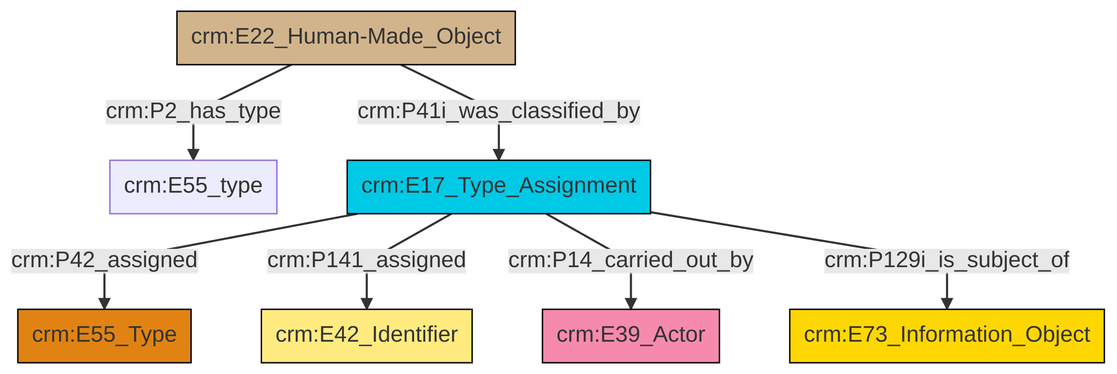
swiss-art-research-net/reference-data-models keeps this Mermaid diagram as et/builtWorkCSV/ttl/mmd/png/Built_Work_designation_status.png. Above is the earlier version. Its source is kept beside it as et/builtWorkCSV/ttl/mmd/Built_Work_designation_status.ttl.mmd.
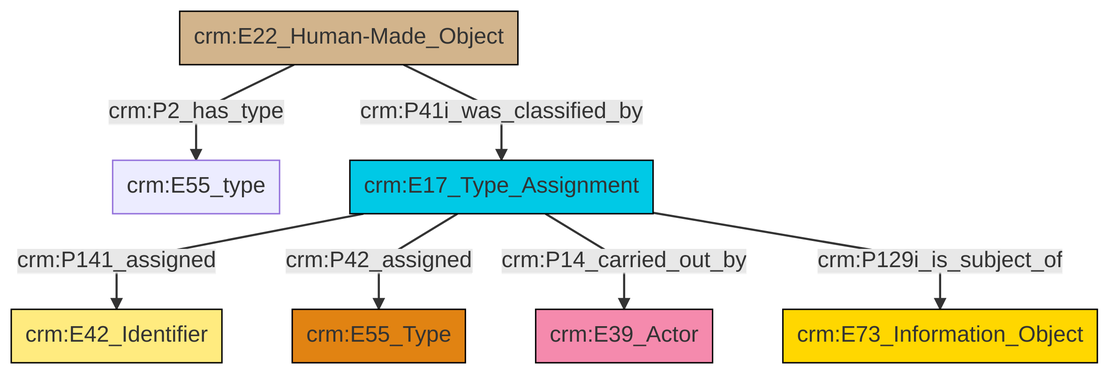
After the change.

The edit, as a diff of the source:
```diff
@@ -13,9 +13,9 @@
 classDef PC_Classes fill:#4ce600, stroke:#000000;
 classDef Multi fill:#cccccc,stroke:#000000;
 
-6["crm:E22_Human-Made_Object"]:::Physical_Thing -->|crm:P2_has_type| 0["crm:E55_type"]:::Default
-7["crm:E17_Type_Assignment"]:::Temporal_Entity -->|crm:P42_assigned| 2["crm:E55_Type"]:::Type
-6["crm:E22_Human-Made_Object"]:::Physical_Thing -->|crm:P41i_was_classified_by| 7["crm:E17_Type_Assignment"]:::Temporal_Entity
-7["crm:E17_Type_Assignment"]:::Temporal_Entity -->|crm:P141_assigned| 11["crm:E42_Identifier"]:::Appellation
-7["crm:E17_Type_Assignment"]:::Temporal_Entity -->|crm:P14_carried_out_by| 4["crm:E39_Actor"]:::Actor
-7["crm:E17_Type_Assignment"]:::Temporal_Entity -->|crm:P129i_is_subject_of| 8["crm:E73_Information_Object"]:::Conceptual_Object
+2["crm:E17_Type_Assignment"]:::Temporal_Entity -->|crm:P141_assigned| 3["crm:E42_Identifier"]:::Appellation
+2["crm:E17_Type_Assignment"]:::Temporal_Entity -->|crm:P42_assigned| 4["crm:E55_Type"]:::Type
+2["crm:E17_Type_Assignment"]:::Temporal_Entity -->|crm:P14_carried_out_by| 9["crm:E39_Actor"]:::Actor
+10["crm:E22_Human-Made_Object"]:::Physical_Thing -->|crm:P2_has_type| 0["crm:E55_type"]:::Default
+10["crm:E22_Human-Made_Object"]:::Physical_Thing -->|crm:P41i_was_classified_by| 2["crm:E17_Type_Assignment"]:::Temporal_Entity
+2["crm:E17_Type_Assignment"]:::Temporal_Entity -->|crm:P129i_is_subject_of| 6["crm:E73_Information_Object"]:::Conceptual_Object
```
